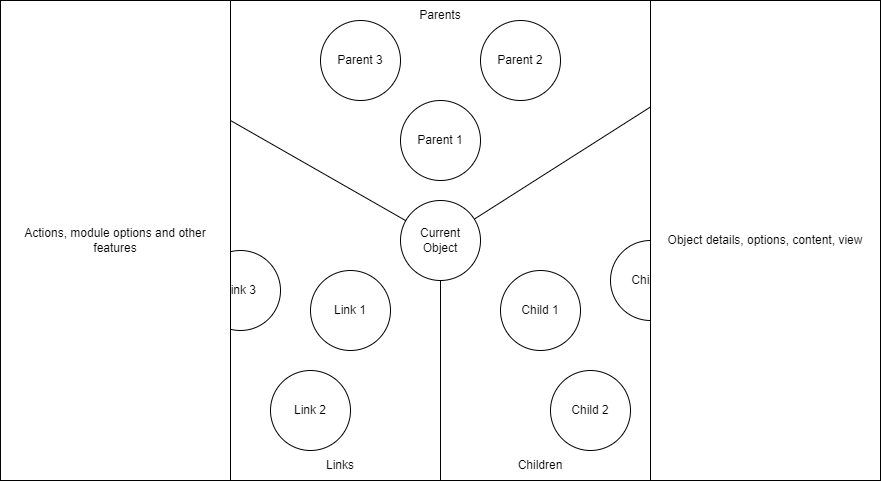
Above: docs/main_view_mock.drawio.png in TMarekAgh/remember (draw.io), before the change. Source tidied: cells renumbered, new cells last; positions are measured from the earlier drawing's top-left corner, leaving out a move shared by most shapes. Source of this version:
```xml
<mxGraphModel>
  <root>
    <mxCell id="0" />
    <mxCell id="1" parent="0" />
    <mxCell id="2" style="rounded=0;whiteSpace=wrap;html=1;" parent="1" vertex="1">
      <mxGeometry width="880" height="480" as="geometry" />
    </mxCell>
    <mxCell id="3" style="rounded=0;whiteSpace=wrap;html=1;" parent="1" vertex="1">
      <mxGeometry x="230" width="420" height="480" as="geometry" />
    </mxCell>
    <mxCell id="4" value="Current Object" style="ellipse;whiteSpace=wrap;html=1;" parent="1" vertex="1">
      <mxGeometry x="400" y="200" width="80" height="80" as="geometry" />
    </mxCell>
    <mxCell id="5" value="Parent 1" style="ellipse;whiteSpace=wrap;html=1;" parent="1" vertex="1">
      <mxGeometry x="400" y="100" width="80" height="80" as="geometry" />
    </mxCell>
    <mxCell id="6" value="Parent 3" style="ellipse;whiteSpace=wrap;html=1;" parent="1" vertex="1">
      <mxGeometry x="320" y="20" width="80" height="80" as="geometry" />
    </mxCell>
    <mxCell id="7" value="Link 1" style="ellipse;whiteSpace=wrap;html=1;" parent="1" vertex="1">
      <mxGeometry x="310" y="270" width="80" height="80" as="geometry" />
    </mxCell>
    <mxCell id="8" value="Child 1" style="ellipse;whiteSpace=wrap;html=1;" parent="1" vertex="1">
      <mxGeometry x="500" y="270" width="80" height="80" as="geometry" />
    </mxCell>
    <mxCell id="9" value="Link 2" style="ellipse;whiteSpace=wrap;html=1;" parent="1" vertex="1">
      <mxGeometry x="270" y="370" width="80" height="80" as="geometry" />
    </mxCell>
    <mxCell id="10" style="endArrow=none;html=1;rounded=0;exitX=1.005;exitY=0.219;exitDx=0;exitDy=0;exitPerimeter=0;" parent="1" edge="1" source="3" target="4">
      <mxGeometry relative="1" as="geometry" />
    </mxCell>
    <mxCell id="11" style="endArrow=none;html=1;rounded=0;exitX=0;exitY=0.25;exitDx=0;exitDy=0;" parent="1" edge="1" source="3" target="4">
      <mxGeometry relative="1" as="geometry" />
    </mxCell>
    <mxCell id="12" value="Parent 2" style="ellipse;whiteSpace=wrap;html=1;" parent="1" vertex="1">
      <mxGeometry x="480" y="20" width="80" height="80" as="geometry" />
    </mxCell>
    <mxCell id="13" style="endArrow=none;html=1;rounded=0;exitX=0.5;exitY=1;exitDx=0;exitDy=0;" parent="1" edge="1" source="3" target="4">
      <mxGeometry relative="1" as="geometry" />
    </mxCell>
    <mxCell id="14" value="Child 2" style="ellipse;whiteSpace=wrap;html=1;" parent="1" vertex="1">
      <mxGeometry x="550" y="370" width="80" height="80" as="geometry" />
    </mxCell>
    <mxCell id="15" value="Child 3" style="ellipse;whiteSpace=wrap;html=1;" parent="1" vertex="1">
      <mxGeometry x="610" y="240" width="80" height="80" as="geometry" />
    </mxCell>
    <mxCell id="16" value="Link 3" style="ellipse;whiteSpace=wrap;html=1;" parent="1" vertex="1">
      <mxGeometry x="200" y="250" width="80" height="80" as="geometry" />
    </mxCell>
    <mxCell id="17" value="Actions, module options and other features" style="rounded=0;whiteSpace=wrap;html=1;" parent="1" vertex="1">
      <mxGeometry width="230" height="480" as="geometry" />
    </mxCell>
    <mxCell id="18" value="Object details, options, content, view" style="rounded=0;whiteSpace=wrap;html=1;" parent="1" vertex="1">
      <mxGeometry x="650" width="230" height="480" as="geometry" />
    </mxCell>
    <mxCell id="19" value="Parents" style="text;html=1;strokeColor=none;fillColor=none;align=center;verticalAlign=middle;whiteSpace=wrap;rounded=0;" parent="1" vertex="1">
      <mxGeometry x="410" width="60" height="30" as="geometry" />
    </mxCell>
    <mxCell id="20" value="Children" style="text;html=1;strokeColor=none;fillColor=none;align=center;verticalAlign=middle;whiteSpace=wrap;rounded=0;" parent="1" vertex="1">
      <mxGeometry x="510" y="450" width="60" height="30" as="geometry" />
    </mxCell>
    <mxCell id="21" value="Links" style="text;html=1;strokeColor=none;fillColor=none;align=center;verticalAlign=middle;whiteSpace=wrap;rounded=0;" parent="1" vertex="1">
      <mxGeometry x="310" y="450" width="60" height="30" as="geometry" />
    </mxCell>
  </root>
</mxGraphModel>
```
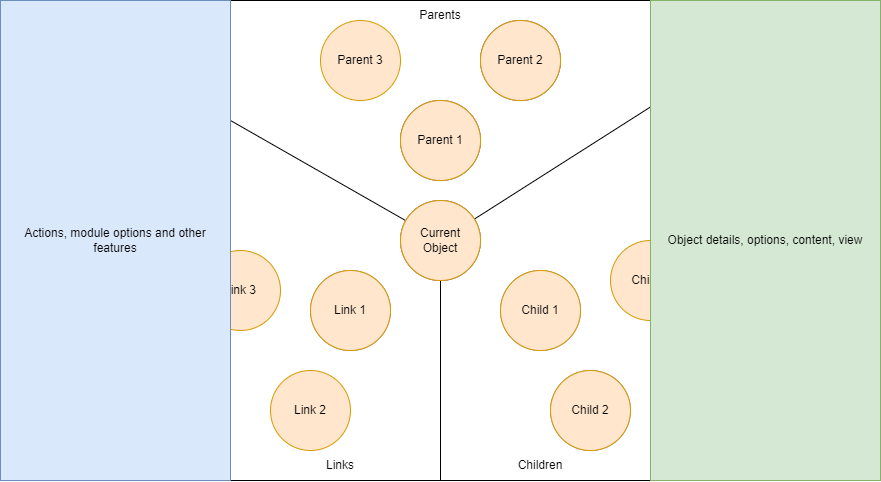
After the commit.

Diff of the diagram source:
```diff
@@ -2,28 +2,34 @@
   <root>
     <mxCell id="0" />
     <mxCell id="1" parent="0" />
+    <mxCell id="22" value="Child 3" style="ellipse;whiteSpace=wrap;html=1;fillColor=#ffe6cc;strokeColor=#d79b00;" parent="1" vertex="1">
+      <mxGeometry x="610" y="240" width="80" height="80" as="geometry" />
+    </mxCell>
+    <mxCell id="23" value="Link 3" style="ellipse;whiteSpace=wrap;html=1;fillColor=#ffe6cc;strokeColor=#d79b00;" parent="1" vertex="1">
+      <mxGeometry x="200" y="250" width="80" height="80" as="geometry" />
+    </mxCell>
     <mxCell id="2" style="rounded=0;whiteSpace=wrap;html=1;" parent="1" vertex="1">
       <mxGeometry width="880" height="480" as="geometry" />
     </mxCell>
     <mxCell id="3" style="rounded=0;whiteSpace=wrap;html=1;" parent="1" vertex="1">
       <mxGeometry x="230" width="420" height="480" as="geometry" />
     </mxCell>
-    <mxCell id="4" value="Current Object" style="ellipse;whiteSpace=wrap;html=1;" parent="1" vertex="1">
+    <mxCell id="4" value="Current Object" style="ellipse;whiteSpace=wrap;html=1;fillColor=#e1d5e7;strokeColor=#9673a6;" parent="1" vertex="1">
       <mxGeometry x="400" y="200" width="80" height="80" as="geometry" />
     </mxCell>
-    <mxCell id="5" value="Parent 1" style="ellipse;whiteSpace=wrap;html=1;" parent="1" vertex="1">
+    <mxCell id="5" value="Parent 1" style="ellipse;whiteSpace=wrap;html=1;fillColor=#e1d5e7;strokeColor=#9673a6;" parent="1" vertex="1">
       <mxGeometry x="400" y="100" width="80" height="80" as="geometry" />
     </mxCell>
-    <mxCell id="6" value="Parent 3" style="ellipse;whiteSpace=wrap;html=1;" parent="1" vertex="1">
+    <mxCell id="6" value="Parent 3" style="ellipse;whiteSpace=wrap;html=1;fillColor=#ffe6cc;strokeColor=#d79b00;" parent="1" vertex="1">
       <mxGeometry x="320" y="20" width="80" height="80" as="geometry" />
     </mxCell>
-    <mxCell id="7" value="Link 1" style="ellipse;whiteSpace=wrap;html=1;" parent="1" vertex="1">
+    <mxCell id="7" value="Link 1" style="ellipse;whiteSpace=wrap;html=1;fillColor=#e1d5e7;strokeColor=#9673a6;" parent="1" vertex="1">
       <mxGeometry x="310" y="270" width="80" height="80" as="geometry" />
     </mxCell>
-    <mxCell id="8" value="Child 1" style="ellipse;whiteSpace=wrap;html=1;" parent="1" vertex="1">
+    <mxCell id="8" value="Child 1" style="ellipse;whiteSpace=wrap;html=1;fillColor=#e1d5e7;strokeColor=#9673a6;" parent="1" vertex="1">
       <mxGeometry x="500" y="270" width="80" height="80" as="geometry" />
     </mxCell>
-    <mxCell id="9" value="Link 2" style="ellipse;whiteSpace=wrap;html=1;" parent="1" vertex="1">
+    <mxCell id="9" value="Link 2" style="ellipse;whiteSpace=wrap;html=1;fillColor=#ffe6cc;strokeColor=#d79b00;" parent="1" vertex="1">
       <mxGeometry x="270" y="370" width="80" height="80" as="geometry" />
     </mxCell>
     <mxCell id="10" style="endArrow=none;html=1;rounded=0;exitX=1.005;exitY=0.219;exitDx=0;exitDy=0;exitPerimeter=0;" parent="1" edge="1" source="3" target="4">
@@ -32,25 +38,25 @@
     <mxCell id="11" style="endArrow=none;html=1;rounded=0;exitX=0;exitY=0.25;exitDx=0;exitDy=0;" parent="1" edge="1" source="3" target="4">
       <mxGeometry relative="1" as="geometry" />
     </mxCell>
-    <mxCell id="12" value="Parent 2" style="ellipse;whiteSpace=wrap;html=1;" parent="1" vertex="1">
+    <mxCell id="12" value="Parent 2" style="ellipse;whiteSpace=wrap;html=1;fillColor=#e1d5e7;strokeColor=#9673a6;" parent="1" vertex="1">
       <mxGeometry x="480" y="20" width="80" height="80" as="geometry" />
     </mxCell>
     <mxCell id="13" style="endArrow=none;html=1;rounded=0;exitX=0.5;exitY=1;exitDx=0;exitDy=0;" parent="1" edge="1" source="3" target="4">
       <mxGeometry relative="1" as="geometry" />
     </mxCell>
-    <mxCell id="14" value="Child 2" style="ellipse;whiteSpace=wrap;html=1;" parent="1" vertex="1">
+    <mxCell id="14" value="Child 2" style="ellipse;whiteSpace=wrap;html=1;fillColor=#e1d5e7;strokeColor=#9673a6;" parent="1" vertex="1">
       <mxGeometry x="550" y="370" width="80" height="80" as="geometry" />
     </mxCell>
-    <mxCell id="15" value="Child 3" style="ellipse;whiteSpace=wrap;html=1;" parent="1" vertex="1">
+    <mxCell id="15" value="Child 3" style="ellipse;whiteSpace=wrap;html=1;fillColor=#ffe6cc;strokeColor=#d79b00;" parent="1" vertex="1">
       <mxGeometry x="610" y="240" width="80" height="80" as="geometry" />
     </mxCell>
-    <mxCell id="16" value="Link 3" style="ellipse;whiteSpace=wrap;html=1;" parent="1" vertex="1">
+    <mxCell id="16" value="Link 3" style="ellipse;whiteSpace=wrap;html=1;fillColor=#ffe6cc;strokeColor=#d79b00;" parent="1" vertex="1">
       <mxGeometry x="200" y="250" width="80" height="80" as="geometry" />
     </mxCell>
-    <mxCell id="17" value="Actions, module options and other features" style="rounded=0;whiteSpace=wrap;html=1;" parent="1" vertex="1">
+    <mxCell id="17" value="Actions, module options and other features" style="rounded=0;whiteSpace=wrap;html=1;fillColor=#dae8fc;strokeColor=#6c8ebf;" parent="1" vertex="1">
       <mxGeometry width="230" height="480" as="geometry" />
     </mxCell>
-    <mxCell id="18" value="Object details, options, content, view" style="rounded=0;whiteSpace=wrap;html=1;" parent="1" vertex="1">
+    <mxCell id="18" value="Object details, options, content, view" style="rounded=0;whiteSpace=wrap;html=1;fillColor=#d5e8d4;strokeColor=#82b366;" parent="1" vertex="1">
       <mxGeometry x="650" width="230" height="480" as="geometry" />
     </mxCell>
     <mxCell id="19" value="Parents" style="text;html=1;strokeColor=none;fillColor=none;align=center;verticalAlign=middle;whiteSpace=wrap;rounded=0;" parent="1" vertex="1">
@@ -62,5 +68,32 @@
     <mxCell id="21" value="Links" style="text;html=1;strokeColor=none;fillColor=none;align=center;verticalAlign=middle;whiteSpace=wrap;rounded=0;" parent="1" vertex="1">
       <mxGeometry x="310" y="450" width="60" height="30" as="geometry" />
     </mxCell>
+    <mxCell id="24" value="Parent 2" style="ellipse;whiteSpace=wrap;html=1;fillColor=#e1d5e7;strokeColor=#9673a6;" parent="1" vertex="1">
+      <mxGeometry x="480" y="20" width="80" height="80" as="geometry" />
+    </mxCell>
+    <mxCell id="25" value="Parent 1" style="ellipse;whiteSpace=wrap;html=1;fillColor=#e1d5e7;strokeColor=#9673a6;" parent="1" vertex="1">
+      <mxGeometry x="400" y="100" width="80" height="80" as="geometry" />
+    </mxCell>
+    <mxCell id="26" value="Current Object" style="ellipse;whiteSpace=wrap;html=1;fillColor=#e1d5e7;strokeColor=#9673a6;" parent="1" vertex="1">
+      <mxGeometry x="400" y="200" width="80" height="80" as="geometry" />
+    </mxCell>
+    <mxCell id="27" value="Link 1" style="ellipse;whiteSpace=wrap;html=1;fillColor=#ffe6cc;strokeColor=#d79b00;" parent="1" vertex="1">
+      <mxGeometry x="310" y="270" width="80" height="80" as="geometry" />
+    </mxCell>
+    <mxCell id="28" value="Child 2" style="ellipse;whiteSpace=wrap;html=1;fillColor=#ffe6cc;strokeColor=#d79b00;" parent="1" vertex="1">
+      <mxGeometry x="550" y="370" width="80" height="80" as="geometry" />
+    </mxCell>
+    <mxCell id="29" value="Child 1" style="ellipse;whiteSpace=wrap;html=1;fillColor=#ffe6cc;strokeColor=#d79b00;" parent="1" vertex="1">
+      <mxGeometry x="500" y="270" width="80" height="80" as="geometry" />
+    </mxCell>
+    <mxCell id="30" value="Current Object" style="ellipse;whiteSpace=wrap;html=1;fillColor=#ffe6cc;strokeColor=#d79b00;" parent="1" vertex="1">
+      <mxGeometry x="400" y="200" width="80" height="80" as="geometry" />
+    </mxCell>
+    <mxCell id="31" value="Parent 1" style="ellipse;whiteSpace=wrap;html=1;fillColor=#ffe6cc;strokeColor=#d79b00;" parent="1" vertex="1">
+      <mxGeometry x="400" y="100" width="80" height="80" as="geometry" />
+    </mxCell>
+    <mxCell id="32" value="Parent 2" style="ellipse;whiteSpace=wrap;html=1;fillColor=#ffe6cc;strokeColor=#d79b00;" parent="1" vertex="1">
+      <mxGeometry x="480" y="20" width="80" height="80" as="geometry" />
+    </mxCell>
   </root>
 </mxGraphModel>
```
